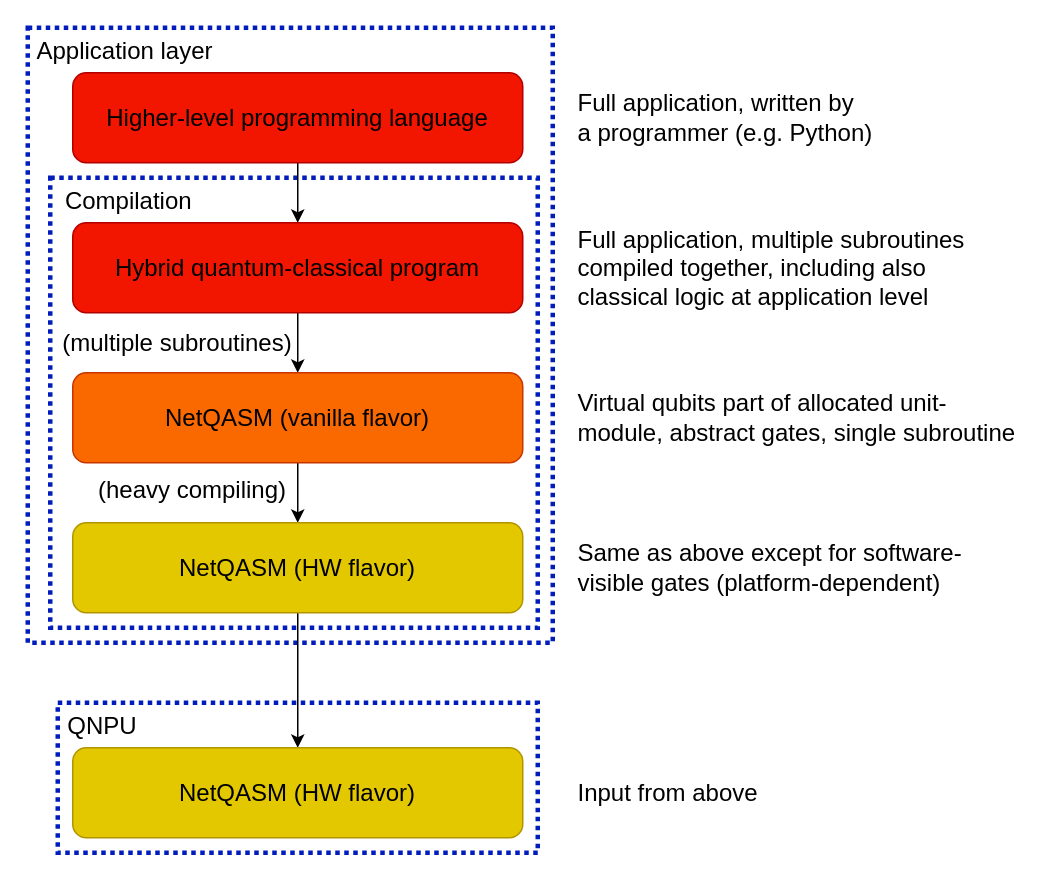
Above: figures/netqasm/comp-chain.drawio in bvdvecht/phd-thesis (draw.io), before the change. Source tidied: cells renumbered, new cells numbered last; positions are measured from the earlier drawing's top-left corner, leaving out a move shared by most shapes. Both pictures are drawn from the tidied source at 150%, with x=0, y=0 at pixel (27, 27).
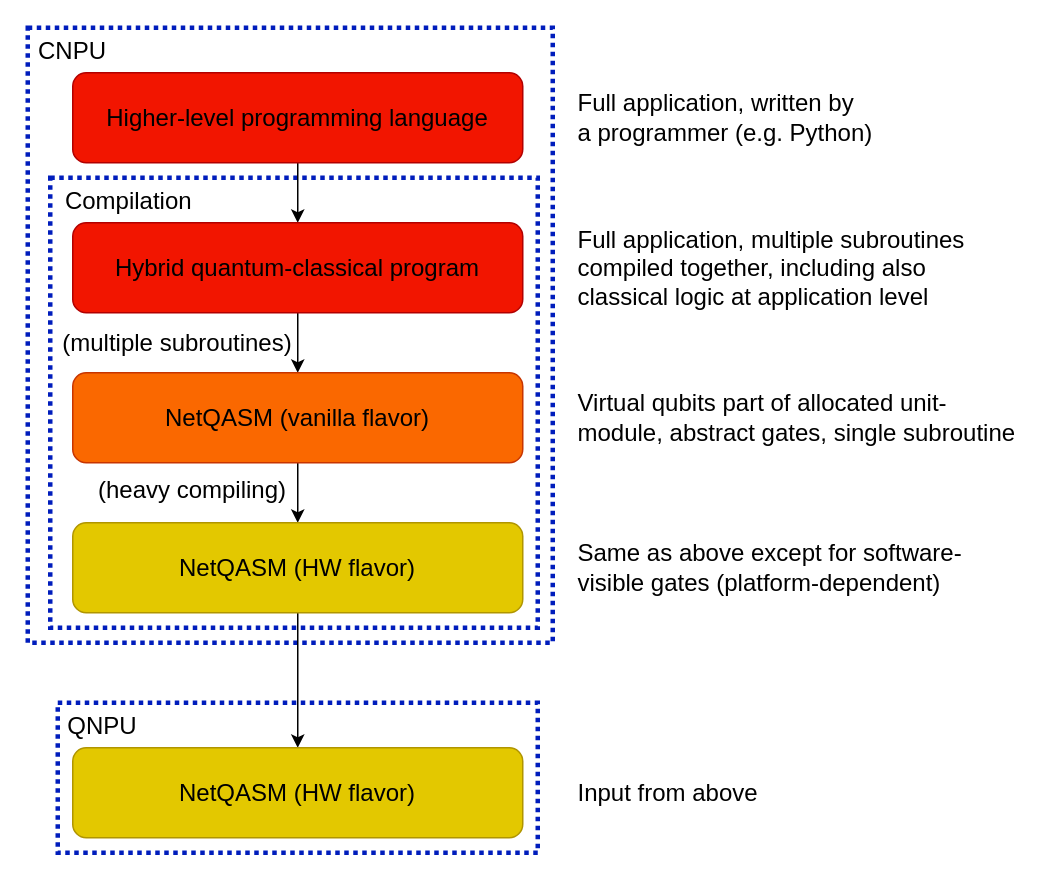
Above is the later version.

Diff of the diagram source:
```diff
@@
-    <mxCell id="13" value="Application layer" style="text;html=1;strokeColor=none;fillColor=none;align=center;verticalAlign=middle;whiteSpace=wrap;rounded=0;dashed=1;dashPattern=1 1;strokeWidth=3;fontSize=16;fontColor=#000000;" parent="1" vertex="1">
-      <mxGeometry width="130" height="30" as="geometry" />
+    <mxCell id="13" value="CNPU" style="text;html=1;strokeColor=none;fillColor=none;align=center;verticalAlign=middle;whiteSpace=wrap;rounded=0;dashed=1;dashPattern=1 1;strokeWidth=3;fontSize=16;fontColor=#000000;" parent="1" vertex="1">
+      <mxGeometry width="60" height="30" as="geometry" />
     </mxCell>
```
